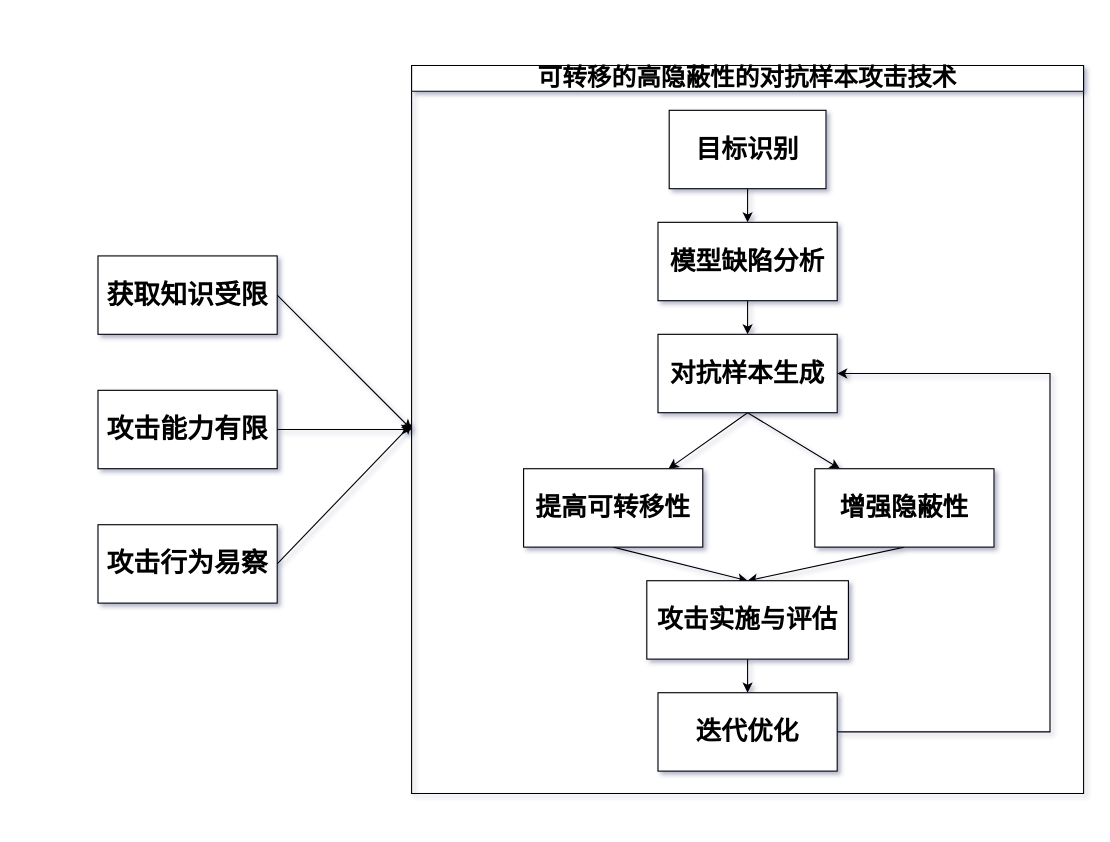
This is 对抗攻击.drawio from Stefan-Beauchamp/hello-world, a draw.io file, before an edit. Source tidied: cells renumbered, new cells numbered last; positions are measured from the earlier drawing's top-left corner, leaving out a move shared by most shapes. Both pictures are drawn from the tidied source at 112%, with x=0, y=0 at pixel (97, 65).
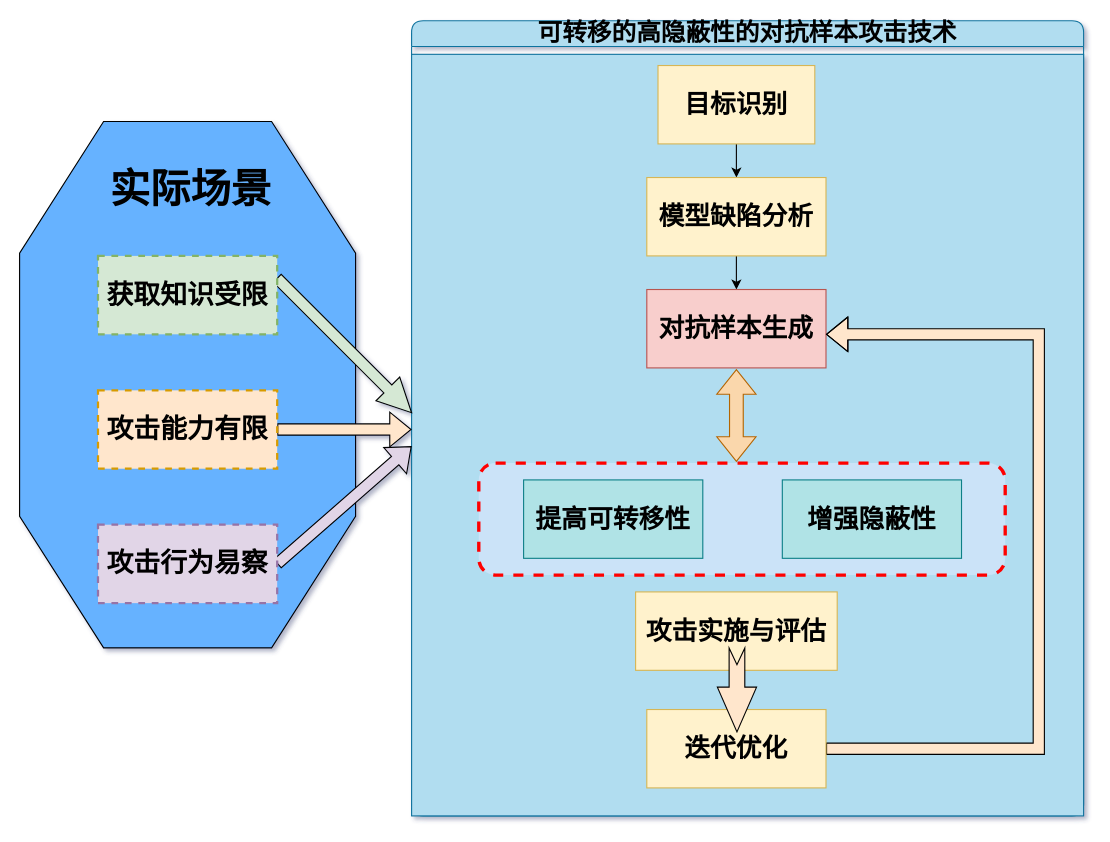
Above is the later version.

Commit message:
更新对抗攻击.drawio

The edit, as a diff of the source:
```diff
@@
-<mxGraphModel background="#ffffff" shadow="1">
+<mxGraphModel background="#FFFFFF" shadow="1">
@@
+    <mxCell id="24" style="verticalLabelPosition=bottom;verticalAlign=top;html=1;shape=mxgraph.basic.polygon;polyCoords=[[0.25,0],[0.75,0],[1,0.25],[1,0.75],[0.75,1],[0.25,1],[0,0.75],[0,0.25]];polyline=0;fillColor=#66B2FF;" parent="1" vertex="1">
+      <mxGeometry x="-70" y="50" width="300" height="470" as="geometry" />
+    </mxCell>
-    <mxCell id="2" value="&lt;font style=&quot;font-size: 22px;&quot;&gt;可转移的高隐蔽性的对抗样本攻击技术&lt;/font&gt;" style="swimlane;whiteSpace=wrap;html=1;" parent="1" vertex="1">
-      <mxGeometry x="280" width="600" height="650" as="geometry" />
+    <mxCell id="2" value="&lt;font style=&quot;font-size: 22px;&quot;&gt;可转移的高隐蔽性的对抗样本攻击技术&lt;/font&gt;" style="swimlane;whiteSpace=wrap;html=1;fillColor=#B1DDF0;strokeColor=#10739e;swimlaneFillColor=none;rounded=1;labelBackgroundColor=none;" parent="1" vertex="1">
+      <mxGeometry x="280" y="-40" width="600" height="710" as="geometry" />
     </mxCell>
+    <mxCell id="25" style="rounded=0;whiteSpace=wrap;html=1;fillColor=#b1ddf0;strokeColor=#10739e;" parent="2" vertex="1">
+      <mxGeometry y="30" width="600" height="680" as="geometry" />
+    </mxCell>
+    <mxCell id="26" style="rounded=1;whiteSpace=wrap;html=1;fillColor=#CBE3F8;dashed=1;strokeWidth=3;strokeColor=#FF0000;perimeterSpacing=0;" parent="2" vertex="1">
+      <mxGeometry x="60" y="395" width="470" height="100" as="geometry" />
+    </mxCell>
@@
-    <mxCell id="4" value="&lt;b&gt;&lt;font style=&quot;font-size: 23px;&quot;&gt;目标识别&lt;/font&gt;&lt;/b&gt;" style="rounded=0;whiteSpace=wrap;html=1;" parent="2" vertex="1">
-      <mxGeometry x="230" y="40" width="140" height="70" as="geometry" />
+    <mxCell id="4" value="&lt;b&gt;&lt;font style=&quot;font-size: 23px;&quot;&gt;目标识别&lt;/font&gt;&lt;/b&gt;" style="rounded=0;whiteSpace=wrap;html=1;fillColor=#fff2cc;strokeColor=#d6b656;" parent="2" vertex="1">
+      <mxGeometry x="220" y="40" width="140" height="70" as="geometry" />
     </mxCell>
@@
-    <mxCell id="6" value="&lt;span style=&quot;font-size: 23px;&quot;&gt;&lt;b&gt;模型缺陷分析&lt;/b&gt;&lt;/span&gt;" style="rounded=0;whiteSpace=wrap;html=1;" parent="2" vertex="1">
-      <mxGeometry x="220" y="140" width="160" height="70" as="geometry" />
+    <mxCell id="6" value="&lt;span style=&quot;font-size: 23px;&quot;&gt;&lt;b&gt;模型缺陷分析&lt;/b&gt;&lt;/span&gt;" style="rounded=0;whiteSpace=wrap;html=1;fillColor=#fff2cc;strokeColor=#d6b656;" parent="2" vertex="1">
+      <mxGeometry x="210" y="140" width="160" height="70" as="geometry" />
     </mxCell>
-    <mxCell id="7" style="rounded=0;jettySize=auto;html=1;exitX=0.5;exitY=1;exitDx=0;exitDy=0;" parent="2" edge="1" source="9" target="11">
-      <mxGeometry relative="1" as="geometry" />
-    </mxCell>
-    <mxCell id="8" style="rounded=0;jettySize=auto;html=1;exitX=0.5;exitY=1;exitDx=0;exitDy=0;" parent="2" edge="1" source="9" target="13">
-      <mxGeometry relative="1" as="geometry" />
-    </mxCell>
-    <mxCell id="9" value="&lt;span style=&quot;font-size: 23px;&quot;&gt;&lt;b&gt;对抗样本生成&lt;/b&gt;&lt;/span&gt;" style="rounded=0;whiteSpace=wrap;html=1;" parent="2" vertex="1">
-      <mxGeometry x="220" y="240" width="160" height="70" as="geometry" />
+    <mxCell id="9" value="&lt;span style=&quot;font-size: 23px;&quot;&gt;&lt;b&gt;对抗样本生成&lt;/b&gt;&lt;/span&gt;" style="rounded=0;whiteSpace=wrap;html=1;fillColor=#f8cecc;strokeColor=#b85450;" parent="2" vertex="1">
+      <mxGeometry x="210" y="240" width="160" height="70" as="geometry" />
     </mxCell>
-    <mxCell id="10" style="rounded=0;jettySize=auto;html=1;exitX=0.5;exitY=1;exitDx=0;exitDy=0;entryX=0.5;entryY=0;entryDx=0;entryDy=0;" parent="2" edge="1" source="11" target="15">
-      <mxGeometry relative="1" as="geometry" />
-    </mxCell>
-    <mxCell id="11" value="&lt;span style=&quot;font-size: 23px;&quot;&gt;&lt;b&gt;提高可转移性&lt;/b&gt;&lt;/span&gt;" style="rounded=0;whiteSpace=wrap;html=1;" parent="2" vertex="1">
-      <mxGeometry x="100" y="360" width="160" height="70" as="geometry" />
+    <mxCell id="11" value="&lt;span style=&quot;font-size: 23px;&quot;&gt;&lt;b&gt;提高可转移性&lt;/b&gt;&lt;/span&gt;" style="rounded=0;whiteSpace=wrap;html=1;fillColor=#b0e3e6;strokeColor=#0e8088;" parent="2" vertex="1">
+      <mxGeometry x="100" y="410" width="160" height="70" as="geometry" />
     </mxCell>
-    <mxCell id="12" style="rounded=0;jettySize=auto;html=1;exitX=0.5;exitY=1;exitDx=0;exitDy=0;entryX=0.5;entryY=0;entryDx=0;entryDy=0;" parent="2" edge="1" source="13" target="15">
-      <mxGeometry relative="1" as="geometry" />
-    </mxCell>
-    <mxCell id="13" value="&lt;span style=&quot;font-size: 23px;&quot;&gt;&lt;b&gt;增强隐蔽性&lt;/b&gt;&lt;/span&gt;" style="rounded=0;whiteSpace=wrap;html=1;" parent="2" vertex="1">
-      <mxGeometry x="360" y="360" width="160" height="70" as="geometry" />
+    <mxCell id="13" value="&lt;span style=&quot;font-size: 23px;&quot;&gt;&lt;b&gt;增强隐蔽性&lt;/b&gt;&lt;/span&gt;" style="rounded=0;whiteSpace=wrap;html=1;fillColor=#b0e3e6;strokeColor=#0e8088;" parent="2" vertex="1">
+      <mxGeometry x="331" y="410" width="160" height="70" as="geometry" />
     </mxCell>
-    <mxCell id="14" style="edgeStyle=orthogonalEdgeStyle;rounded=0;jettySize=auto;html=1;exitX=0.5;exitY=1;exitDx=0;exitDy=0;entryX=0.5;entryY=0;entryDx=0;entryDy=0;" parent="2" edge="1" source="15" target="17">
-      <mxGeometry relative="1" as="geometry" />
-    </mxCell>
-    <mxCell id="15" value="&lt;span style=&quot;font-size: 23px;&quot;&gt;&lt;b&gt;攻击实施与评估&lt;/b&gt;&lt;/span&gt;" style="rounded=0;whiteSpace=wrap;html=1;" parent="2" vertex="1">
-      <mxGeometry x="210" y="460" width="180" height="70" as="geometry" />
+    <mxCell id="15" value="&lt;span style=&quot;font-size: 23px;&quot;&gt;&lt;b&gt;攻击实施与评估&lt;/b&gt;&lt;/span&gt;" style="rounded=0;whiteSpace=wrap;html=1;fillColor=#fff2cc;strokeColor=#d6b656;" parent="2" vertex="1">
+      <mxGeometry x="200" y="510" width="180" height="70" as="geometry" />
     </mxCell>
-    <mxCell id="16" style="edgeStyle=orthogonalEdgeStyle;rounded=0;jettySize=auto;html=1;exitX=1;exitY=0.5;exitDx=0;exitDy=0;entryX=1;entryY=0.5;entryDx=0;entryDy=0;" parent="2" edge="1" source="17" target="9">
+    <mxCell id="16" style="edgeStyle=orthogonalEdgeStyle;rounded=0;jettySize=auto;html=1;exitX=1;exitY=0.5;exitDx=0;exitDy=0;shape=flexArrow;fillColor=#FFE6CC;" parent="2" edge="1" source="17">
       <mxGeometry relative="1" as="geometry">
+        <mxPoint x="370" y="280" as="targetPoint" />
         <Array as="points">
-          <mxPoint x="570" y="595" />
-          <mxPoint x="570" y="275" />
+          <mxPoint x="560" y="650" />
+          <mxPoint x="560" y="280" />
+          <mxPoint x="370" y="280" />
         </Array>
       </mxGeometry>
     </mxCell>
-    <mxCell id="17" value="&lt;span style=&quot;font-size: 23px;&quot;&gt;&lt;b&gt;迭代优化&lt;/b&gt;&lt;/span&gt;" style="rounded=0;whiteSpace=wrap;html=1;" parent="2" vertex="1">
-      <mxGeometry x="220" y="560" width="160" height="70" as="geometry" />
+    <mxCell id="17" value="&lt;span style=&quot;font-size: 23px;&quot;&gt;&lt;b&gt;迭代优化&lt;/b&gt;&lt;/span&gt;" style="rounded=0;whiteSpace=wrap;html=1;fillColor=#fff2cc;strokeColor=#d6b656;" parent="2" vertex="1">
+      <mxGeometry x="210" y="615" width="160" height="70" as="geometry" />
     </mxCell>
+    <mxCell id="27" style="html=1;shadow=0;dashed=0;align=center;verticalAlign=middle;shape=mxgraph.arrows2.twoWayArrow;dy=0.65;dx=22;rotation=90;fillColor=#fad7ac;strokeColor=#b46504;" parent="2" vertex="1">
+      <mxGeometry x="249" y="335" width="82" height="35" as="geometry" />
+    </mxCell>
+    <mxCell id="28" style="html=1;shadow=0;dashed=0;align=center;verticalAlign=middle;shape=mxgraph.arrows2.arrow;dy=0.6;dx=40;notch=15;rotation=90;fillColor=#FFE6CC;" parent="2" vertex="1">
+      <mxGeometry x="253" y="580" width="75" height="35" as="geometry" />
+    </mxCell>
-    <mxCell id="18" style="rounded=0;jettySize=auto;html=1;exitX=1;exitY=0.5;exitDx=0;exitDy=0;entryX=0;entryY=0.5;entryDx=0;entryDy=0;" parent="1" edge="1" source="19" target="2">
-      <mxGeometry relative="1" as="geometry" />
+    <mxCell id="18" style="rounded=0;orthogonalLoop=1;jettySize=auto;html=1;exitX=1;exitY=0.5;exitDx=0;exitDy=0;shape=arrow;fillColor=#D5E8D4;strokeColor=default;" parent="1" edge="1">
+      <mxGeometry relative="1" as="geometry">
+        <mxPoint x="160" y="190" as="sourcePoint" />
+        <mxPoint x="280" y="310" as="targetPoint" />
+      </mxGeometry>
     </mxCell>
-    <mxCell id="19" value="&lt;span style=&quot;font-family: 微软雅黑;&quot;&gt;&lt;b style=&quot;&quot;&gt;&lt;font style=&quot;font-size: 24px;&quot;&gt;获取知识受限&lt;/font&gt;&lt;/b&gt;&lt;/span&gt;" style="rounded=0;whiteSpace=wrap;html=1;" parent="1" vertex="1">
+    <mxCell id="19" value="&lt;span style=&quot;font-family: 微软雅黑;&quot;&gt;&lt;b style=&quot;&quot;&gt;&lt;font style=&quot;font-size: 24px;&quot;&gt;获取知识受限&lt;/font&gt;&lt;/b&gt;&lt;/span&gt;" style="rounded=0;whiteSpace=wrap;html=1;fillColor=#d5e8d4;strokeColor=#82b366;dashed=1;strokeWidth=2;glass=0;" parent="1" vertex="1">
       <mxGeometry y="170" width="160" height="70" as="geometry" />
     </mxCell>
-    <mxCell id="20" style="edgeStyle=orthogonalEdgeStyle;rounded=0;jettySize=auto;html=1;exitX=1;exitY=0.5;exitDx=0;exitDy=0;entryX=0;entryY=0.5;entryDx=0;entryDy=0;" parent="1" edge="1" source="21" target="2">
-      <mxGeometry relative="1" as="geometry" />
+    <mxCell id="20" style="rounded=0;jettySize=auto;html=1;exitX=1;exitY=0.5;exitDx=0;exitDy=0;shape=flexArrow;fillColor=#FFE6CC;" parent="1" edge="1" source="21">
+      <mxGeometry relative="1" as="geometry">
+        <mxPoint x="280" y="325" as="targetPoint" />
+      </mxGeometry>
     </mxCell>
-    <mxCell id="21" value="&lt;p class=&quot;MsoNormal&quot;&gt;&lt;span style=&quot;font-family: 微软雅黑;&quot;&gt;&lt;b style=&quot;&quot;&gt;&lt;font style=&quot;font-size: 24px;&quot;&gt;攻击能力有限&lt;/font&gt;&lt;/b&gt;&lt;/span&gt;&lt;/p&gt;" style="rounded=0;whiteSpace=wrap;html=1;" parent="1" vertex="1">
+    <mxCell id="21" value="&lt;p class=&quot;MsoNormal&quot;&gt;&lt;span style=&quot;font-family: 微软雅黑;&quot;&gt;&lt;b style=&quot;&quot;&gt;&lt;font style=&quot;font-size: 24px;&quot;&gt;攻击能力有限&lt;/font&gt;&lt;/b&gt;&lt;/span&gt;&lt;/p&gt;" style="rounded=0;whiteSpace=wrap;html=1;fillColor=#ffe6cc;strokeColor=#d79b00;dashed=1;strokeWidth=2;" parent="1" vertex="1">
       <mxGeometry y="290" width="160" height="70" as="geometry" />
     </mxCell>
-    <mxCell id="22" style="rounded=0;jettySize=auto;html=1;exitX=1;exitY=0.5;exitDx=0;exitDy=0;" parent="1" edge="1" source="23">
+    <mxCell id="22" style="rounded=0;jettySize=auto;html=1;exitX=1;exitY=0.5;exitDx=0;exitDy=0;shape=flexArrow;fillColor=#E1D5E7;" parent="1" edge="1" source="23">
       <mxGeometry relative="1" as="geometry">
-        <mxPoint x="280" y="320" as="targetPoint" />
+        <mxPoint x="280" y="340" as="targetPoint" />
       </mxGeometry>
     </mxCell>
-    <mxCell id="23" value="&lt;p class=&quot;MsoNormal&quot;&gt;&lt;span style=&quot;font-family: 微软雅黑;&quot;&gt;&lt;b style=&quot;&quot;&gt;&lt;font style=&quot;font-size: 24px;&quot;&gt;攻击行为易察&lt;/font&gt;&lt;/b&gt;&lt;/span&gt;&lt;/p&gt;" style="rounded=0;whiteSpace=wrap;html=1;" parent="1" vertex="1">
+    <mxCell id="23" value="&lt;p class=&quot;MsoNormal&quot;&gt;&lt;span style=&quot;font-family: 微软雅黑;&quot;&gt;&lt;b style=&quot;&quot;&gt;&lt;font style=&quot;font-size: 24px;&quot;&gt;攻击行为易察&lt;/font&gt;&lt;/b&gt;&lt;/span&gt;&lt;/p&gt;" style="rounded=0;whiteSpace=wrap;html=1;fillColor=#e1d5e7;strokeColor=#9673a6;dashed=1;strokeWidth=2;" parent="1" vertex="1">
       <mxGeometry y="410" width="160" height="70" as="geometry" />
     </mxCell>
+    <mxCell id="29" value="&lt;font style=&quot;font-size: 36px;&quot;&gt;&lt;b style=&quot;&quot;&gt;实际场景&lt;/b&gt;&lt;/font&gt;" style="text;html=1;align=center;verticalAlign=middle;whiteSpace=wrap;rounded=0;" parent="1" vertex="1">
+      <mxGeometry y="100" width="166" height="20" as="geometry" />
+    </mxCell>
```
